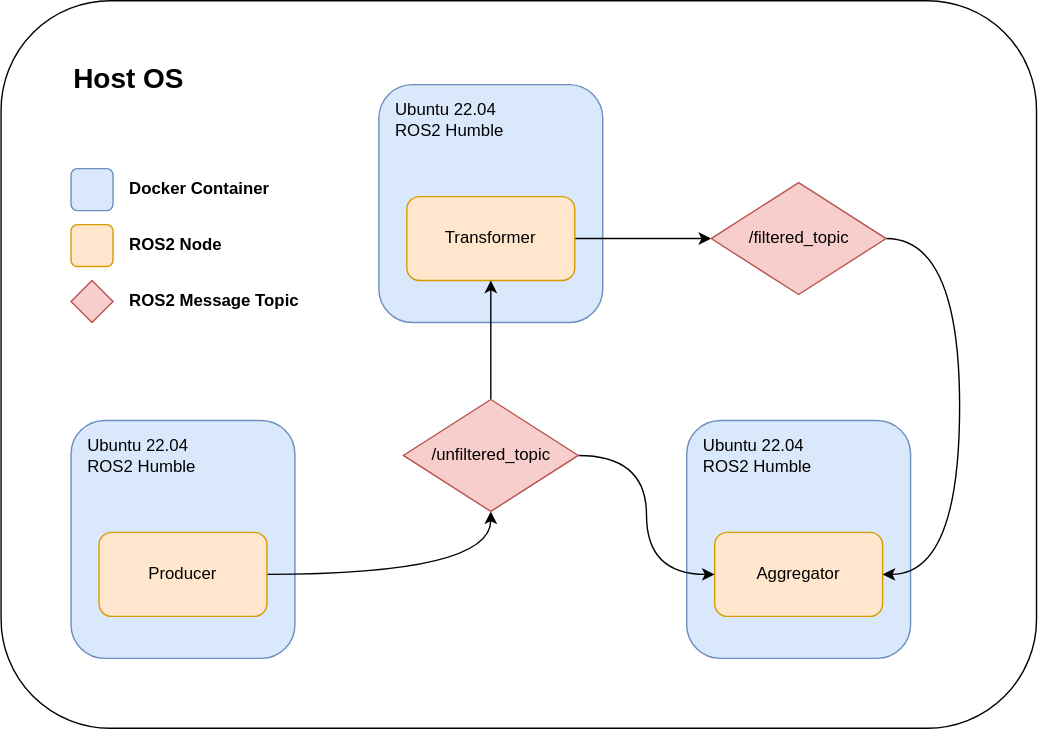
WATonomous/wato_monorepo keeps this draw.io diagram as src/samples/samples_diagram.svg. Above is the earlier version. Source tidied: cells renumbered, new cells last; positions are measured from the earlier drawing's top-left corner, leaving out a move shared by most shapes. Its diagram source:
```xml
<mxGraphModel>
  <root>
    <mxCell id="0" />
    <mxCell id="1" parent="0" />
    <mxCell id="2" style="rounded=1;whiteSpace=wrap;html=1;" parent="1" vertex="1">
      <mxGeometry width="740" height="520" as="geometry" />
    </mxCell>
    <mxCell id="3" value="&lt;font style=&quot;font-size: 20px;&quot;&gt;&lt;b&gt;Host OS&lt;/b&gt;&lt;/font&gt;" style="text;html=1;strokeColor=none;fillColor=none;align=left;verticalAlign=middle;whiteSpace=wrap;rounded=0;" parent="1" vertex="1">
      <mxGeometry x="50" y="40" width="130" height="30" as="geometry" />
    </mxCell>
    <mxCell id="4" style="rounded=1;whiteSpace=wrap;html=1;fillColor=#dae8fc;strokeColor=#6c8ebf;" parent="1" vertex="1">
      <mxGeometry x="50" y="300" width="160" height="170" as="geometry" />
    </mxCell>
    <mxCell id="5" value="Ubuntu 22.04&lt;br&gt;ROS2 Humble" style="text;html=1;strokeColor=none;fillColor=none;align=left;verticalAlign=middle;whiteSpace=wrap;rounded=0;" parent="1" vertex="1">
      <mxGeometry x="60" y="310" width="80" height="30" as="geometry" />
    </mxCell>
    <mxCell id="6" style="edgeStyle=orthogonalEdgeStyle;rounded=0;jettySize=auto;html=1;entryX=0.5;entryY=1;entryDx=0;entryDy=0;curved=1;" parent="1" edge="1" source="7" target="17">
      <mxGeometry relative="1" as="geometry" />
    </mxCell>
    <mxCell id="7" value="Producer" style="rounded=1;whiteSpace=wrap;html=1;fillColor=#ffe6cc;strokeColor=#d79b00;" parent="1" vertex="1">
      <mxGeometry x="70" y="380" width="120" height="60" as="geometry" />
    </mxCell>
    <mxCell id="8" style="rounded=1;whiteSpace=wrap;html=1;fillColor=#dae8fc;strokeColor=#6c8ebf;" parent="1" vertex="1">
      <mxGeometry x="270" y="60" width="160" height="170" as="geometry" />
    </mxCell>
    <mxCell id="9" value="Ubuntu 22.04&lt;br&gt;ROS2 Humble" style="text;html=1;strokeColor=none;fillColor=none;align=left;verticalAlign=middle;whiteSpace=wrap;rounded=0;" parent="1" vertex="1">
      <mxGeometry x="280" y="70" width="80" height="30" as="geometry" />
    </mxCell>
    <mxCell id="10" style="edgeStyle=orthogonalEdgeStyle;rounded=0;jettySize=auto;html=1;exitX=1;exitY=0.5;exitDx=0;exitDy=0;entryX=0;entryY=0.5;entryDx=0;entryDy=0;" parent="1" edge="1" source="11" target="19">
      <mxGeometry relative="1" as="geometry" />
    </mxCell>
    <mxCell id="11" value="Transformer" style="rounded=1;whiteSpace=wrap;html=1;fillColor=#ffe6cc;strokeColor=#d79b00;" parent="1" vertex="1">
      <mxGeometry x="290" y="140" width="120" height="60" as="geometry" />
    </mxCell>
    <mxCell id="12" style="rounded=1;whiteSpace=wrap;html=1;fillColor=#dae8fc;strokeColor=#6c8ebf;" parent="1" vertex="1">
      <mxGeometry x="490" y="300" width="160" height="170" as="geometry" />
    </mxCell>
    <mxCell id="13" value="Ubuntu 22.04&lt;br&gt;ROS2 Humble" style="text;html=1;strokeColor=none;fillColor=none;align=left;verticalAlign=middle;whiteSpace=wrap;rounded=0;" parent="1" vertex="1">
      <mxGeometry x="500" y="310" width="80" height="30" as="geometry" />
    </mxCell>
    <mxCell id="14" value="Aggregator" style="rounded=1;whiteSpace=wrap;html=1;fillColor=#ffe6cc;strokeColor=#d79b00;" parent="1" vertex="1">
      <mxGeometry x="510" y="380" width="120" height="60" as="geometry" />
    </mxCell>
    <mxCell id="15" style="edgeStyle=orthogonalEdgeStyle;rounded=0;jettySize=auto;html=1;exitX=0.5;exitY=0;exitDx=0;exitDy=0;entryX=0.5;entryY=1;entryDx=0;entryDy=0;" parent="1" edge="1" source="17" target="11">
      <mxGeometry relative="1" as="geometry" />
    </mxCell>
    <mxCell id="16" style="edgeStyle=orthogonalEdgeStyle;rounded=0;jettySize=auto;html=1;entryX=0;entryY=0.5;entryDx=0;entryDy=0;curved=1;" parent="1" edge="1" source="17" target="14">
      <mxGeometry relative="1" as="geometry" />
    </mxCell>
    <mxCell id="17" value="/unfiltered_topic" style="rhombus;whiteSpace=wrap;html=1;fillColor=#f8cecc;strokeColor=#b85450;" parent="1" vertex="1">
      <mxGeometry x="287.5" y="285" width="125" height="80" as="geometry" />
    </mxCell>
    <mxCell id="18" style="edgeStyle=orthogonalEdgeStyle;rounded=0;jettySize=auto;html=1;entryX=1;entryY=0.5;entryDx=0;entryDy=0;elbow=vertical;curved=1;" parent="1" edge="1" source="19" target="14">
      <mxGeometry relative="1" as="geometry">
        <Array as="points">
          <mxPoint x="685" y="170" />
          <mxPoint x="685" y="410" />
        </Array>
      </mxGeometry>
    </mxCell>
    <mxCell id="19" value="/filtered_topic" style="rhombus;whiteSpace=wrap;html=1;fillColor=#f8cecc;strokeColor=#b85450;" parent="1" vertex="1">
      <mxGeometry x="507.5" y="130" width="125" height="80" as="geometry" />
    </mxCell>
    <mxCell id="20" style="group;" parent="1" vertex="1">
      <mxGeometry x="50" y="120" width="170" height="110" as="geometry" />
    </mxCell>
    <mxCell id="21" style="rounded=1;whiteSpace=wrap;html=1;fillColor=#dae8fc;strokeColor=#6c8ebf;" parent="20" vertex="1">
      <mxGeometry width="30" height="30" as="geometry" />
    </mxCell>
    <mxCell id="22" value="&lt;b&gt;Docker Container&lt;/b&gt;" style="text;html=1;strokeColor=none;fillColor=none;align=left;verticalAlign=middle;whiteSpace=wrap;rounded=0;" parent="20" vertex="1">
      <mxGeometry x="40" width="120" height="30" as="geometry" />
    </mxCell>
    <mxCell id="23" style="rounded=1;whiteSpace=wrap;html=1;fillColor=#ffe6cc;strokeColor=#d79b00;" parent="20" vertex="1">
      <mxGeometry y="40" width="30" height="30" as="geometry" />
    </mxCell>
    <mxCell id="24" value="&lt;b&gt;ROS2 Node&lt;/b&gt;" style="text;html=1;strokeColor=none;fillColor=none;align=left;verticalAlign=middle;whiteSpace=wrap;rounded=0;" parent="20" vertex="1">
      <mxGeometry x="40" y="40" width="120" height="30" as="geometry" />
    </mxCell>
    <mxCell id="25" style="rhombus;whiteSpace=wrap;html=1;fillColor=#f8cecc;strokeColor=#b85450;" parent="20" vertex="1">
      <mxGeometry y="80" width="30" height="30" as="geometry" />
    </mxCell>
    <mxCell id="26" value="&lt;b&gt;ROS2 Message Topic&lt;/b&gt;" style="text;html=1;strokeColor=none;fillColor=none;align=left;verticalAlign=middle;whiteSpace=wrap;rounded=0;" parent="20" vertex="1">
      <mxGeometry x="40" y="80" width="130" height="30" as="geometry" />
    </mxCell>
  </root>
</mxGraphModel>
```
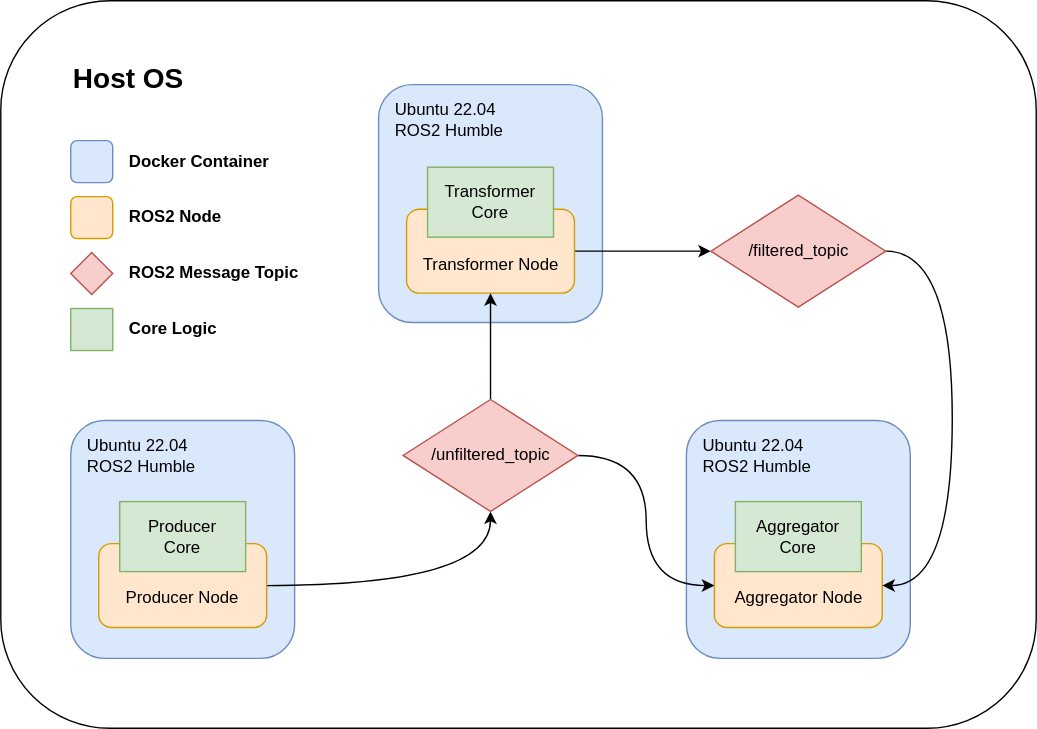
The same file after the commit.

Diff of the diagram source:
```diff
@@ -17,9 +17,6 @@
     <mxCell id="6" style="edgeStyle=orthogonalEdgeStyle;rounded=0;jettySize=auto;html=1;entryX=0.5;entryY=1;entryDx=0;entryDy=0;curved=1;" parent="1" edge="1" source="7" target="17">
       <mxGeometry relative="1" as="geometry" />
     </mxCell>
-    <mxCell id="7" value="Producer" style="rounded=1;whiteSpace=wrap;html=1;fillColor=#ffe6cc;strokeColor=#d79b00;" parent="1" vertex="1">
-      <mxGeometry x="70" y="380" width="120" height="60" as="geometry" />
-    </mxCell>
     <mxCell id="8" style="rounded=1;whiteSpace=wrap;html=1;fillColor=#dae8fc;strokeColor=#6c8ebf;" parent="1" vertex="1">
       <mxGeometry x="270" y="60" width="160" height="170" as="geometry" />
     </mxCell>
@@ -29,8 +26,8 @@
     <mxCell id="10" style="edgeStyle=orthogonalEdgeStyle;rounded=0;jettySize=auto;html=1;exitX=1;exitY=0.5;exitDx=0;exitDy=0;entryX=0;entryY=0.5;entryDx=0;entryDy=0;" parent="1" edge="1" source="11" target="19">
       <mxGeometry relative="1" as="geometry" />
     </mxCell>
-    <mxCell id="11" value="Transformer" style="rounded=1;whiteSpace=wrap;html=1;fillColor=#ffe6cc;strokeColor=#d79b00;" parent="1" vertex="1">
-      <mxGeometry x="290" y="140" width="120" height="60" as="geometry" />
+    <mxCell id="11" style="rounded=1;whiteSpace=wrap;html=1;fillColor=#ffe6cc;strokeColor=#d79b00;" parent="1" vertex="1">
+      <mxGeometry x="290" y="149" width="120" height="60" as="geometry" />
     </mxCell>
     <mxCell id="12" style="rounded=1;whiteSpace=wrap;html=1;fillColor=#dae8fc;strokeColor=#6c8ebf;" parent="1" vertex="1">
       <mxGeometry x="490" y="300" width="160" height="170" as="geometry" />
@@ -38,8 +35,8 @@
     <mxCell id="13" value="Ubuntu 22.04&lt;br&gt;ROS2 Humble" style="text;html=1;strokeColor=none;fillColor=none;align=left;verticalAlign=middle;whiteSpace=wrap;rounded=0;" parent="1" vertex="1">
       <mxGeometry x="500" y="310" width="80" height="30" as="geometry" />
     </mxCell>
-    <mxCell id="14" value="Aggregator" style="rounded=1;whiteSpace=wrap;html=1;fillColor=#ffe6cc;strokeColor=#d79b00;" parent="1" vertex="1">
-      <mxGeometry x="510" y="380" width="120" height="60" as="geometry" />
+    <mxCell id="14" style="rounded=1;whiteSpace=wrap;html=1;fillColor=#ffe6cc;strokeColor=#d79b00;" parent="1" vertex="1">
+      <mxGeometry x="510" y="388" width="120" height="60" as="geometry" />
     </mxCell>
     <mxCell id="15" style="edgeStyle=orthogonalEdgeStyle;rounded=0;jettySize=auto;html=1;exitX=0.5;exitY=0;exitDx=0;exitDy=0;entryX=0.5;entryY=1;entryDx=0;entryDy=0;" parent="1" edge="1" source="17" target="11">
       <mxGeometry relative="1" as="geometry" />
@@ -50,19 +47,43 @@
     <mxCell id="17" value="/unfiltered_topic" style="rhombus;whiteSpace=wrap;html=1;fillColor=#f8cecc;strokeColor=#b85450;" parent="1" vertex="1">
       <mxGeometry x="287.5" y="285" width="125" height="80" as="geometry" />
     </mxCell>
-    <mxCell id="18" style="edgeStyle=orthogonalEdgeStyle;rounded=0;jettySize=auto;html=1;entryX=1;entryY=0.5;entryDx=0;entryDy=0;elbow=vertical;curved=1;" parent="1" edge="1" source="19" target="14">
+    <mxCell id="18" style="edgeStyle=orthogonalEdgeStyle;rounded=0;jettySize=auto;html=1;entryX=1;entryY=0.5;entryDx=0;entryDy=0;curved=1;" parent="1" edge="1" source="19" target="14">
       <mxGeometry relative="1" as="geometry">
         <Array as="points">
-          <mxPoint x="685" y="170" />
-          <mxPoint x="685" y="410" />
+          <mxPoint x="680" y="179" />
+          <mxPoint x="680" y="418" />
         </Array>
       </mxGeometry>
     </mxCell>
     <mxCell id="19" value="/filtered_topic" style="rhombus;whiteSpace=wrap;html=1;fillColor=#f8cecc;strokeColor=#b85450;" parent="1" vertex="1">
-      <mxGeometry x="507.5" y="130" width="125" height="80" as="geometry" />
+      <mxGeometry x="507.5" y="139" width="125" height="80" as="geometry" />
     </mxCell>
+    <mxCell id="27" value="Aggregator Node" style="text;html=1;strokeColor=none;fillColor=none;align=center;verticalAlign=middle;whiteSpace=wrap;rounded=0;" parent="1" vertex="1">
+      <mxGeometry x="517.5" y="412" width="105" height="30" as="geometry" />
+    </mxCell>
+    <mxCell id="7" style="rounded=1;whiteSpace=wrap;html=1;fillColor=#ffe6cc;strokeColor=#d79b00;" parent="1" vertex="1">
+      <mxGeometry x="70" y="388" width="120" height="60" as="geometry" />
+    </mxCell>
+    <mxCell id="28" value="Producer&lt;br&gt;Core" style="rounded=0;whiteSpace=wrap;html=1;fillColor=#d5e8d4;strokeColor=#82b366;" parent="1" vertex="1">
+      <mxGeometry x="85" y="358" width="90" height="50" as="geometry" />
+    </mxCell>
+    <mxCell id="29" value="Producer Node" style="text;html=1;strokeColor=none;fillColor=none;align=center;verticalAlign=middle;whiteSpace=wrap;rounded=0;" parent="1" vertex="1">
+      <mxGeometry x="85" y="412" width="90" height="30" as="geometry" />
+    </mxCell>
+    <mxCell id="30" value="Aggregator&lt;br&gt;Core" style="rounded=0;whiteSpace=wrap;html=1;fillColor=#d5e8d4;strokeColor=#82b366;" parent="1" vertex="1">
+      <mxGeometry x="525" y="358" width="90" height="50" as="geometry" />
+    </mxCell>
+    <mxCell id="31" value="Transformer&lt;br&gt;Core" style="rounded=0;whiteSpace=wrap;html=1;fillColor=#d5e8d4;strokeColor=#82b366;" parent="1" vertex="1">
+      <mxGeometry x="305" y="119" width="90" height="50" as="geometry" />
+    </mxCell>
+    <mxCell id="32" value="Transformer Node" style="text;html=1;strokeColor=none;fillColor=none;align=center;verticalAlign=middle;whiteSpace=wrap;rounded=0;" parent="1" vertex="1">
+      <mxGeometry x="297.5" y="174" width="105" height="30" as="geometry" />
+    </mxCell>
+    <mxCell id="33" style="group;" parent="1" vertex="1">
+      <mxGeometry x="50" y="100" width="170" height="150" as="geometry" />
+    </mxCell>
-    <mxCell id="20" style="group;" parent="1" vertex="1">
-      <mxGeometry x="50" y="120" width="170" height="110" as="geometry" />
+    <mxCell id="20" style="group;" parent="33" vertex="1">
+      <mxGeometry width="170" height="110" as="geometry" />
     </mxCell>
     <mxCell id="21" style="rounded=1;whiteSpace=wrap;html=1;fillColor=#dae8fc;strokeColor=#6c8ebf;" parent="20" vertex="1">
       <mxGeometry width="30" height="30" as="geometry" />
@@ -82,5 +103,11 @@
     <mxCell id="26" value="&lt;b&gt;ROS2 Message Topic&lt;/b&gt;" style="text;html=1;strokeColor=none;fillColor=none;align=left;verticalAlign=middle;whiteSpace=wrap;rounded=0;" parent="20" vertex="1">
       <mxGeometry x="40" y="80" width="130" height="30" as="geometry" />
     </mxCell>
+    <mxCell id="34" style="rounded=0;whiteSpace=wrap;html=1;fillColor=#d5e8d4;strokeColor=#82b366;" parent="33" vertex="1">
+      <mxGeometry y="120" width="30" height="30" as="geometry" />
+    </mxCell>
+    <mxCell id="35" value="&lt;b&gt;Core Logic&lt;/b&gt;" style="text;html=1;strokeColor=none;fillColor=none;align=left;verticalAlign=middle;whiteSpace=wrap;rounded=0;" parent="33" vertex="1">
+      <mxGeometry x="40" y="120" width="130" height="30" as="geometry" />
+    </mxCell>
   </root>
 </mxGraphModel>
```
